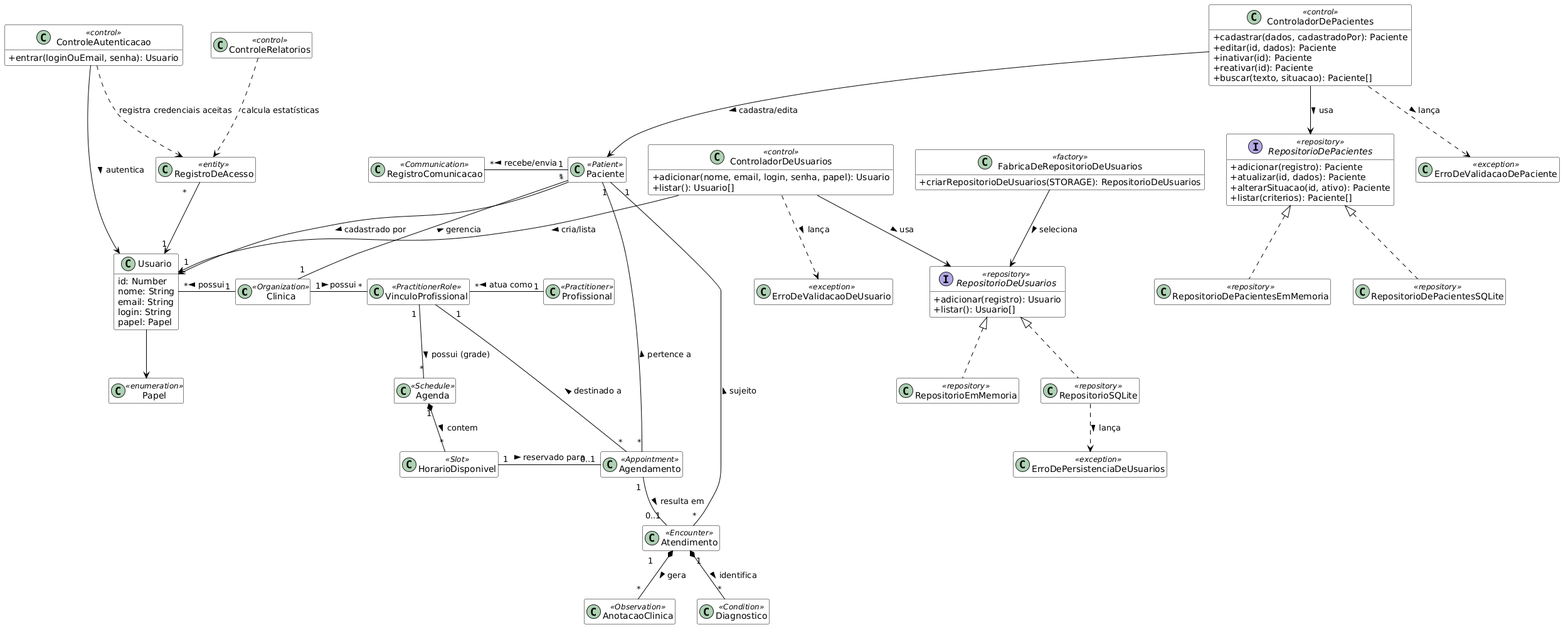
Earlier version of the PlantUML export docs/relatorio/images/classes-de-analise.png (beatrizmontenegro07/projeto-metodos).
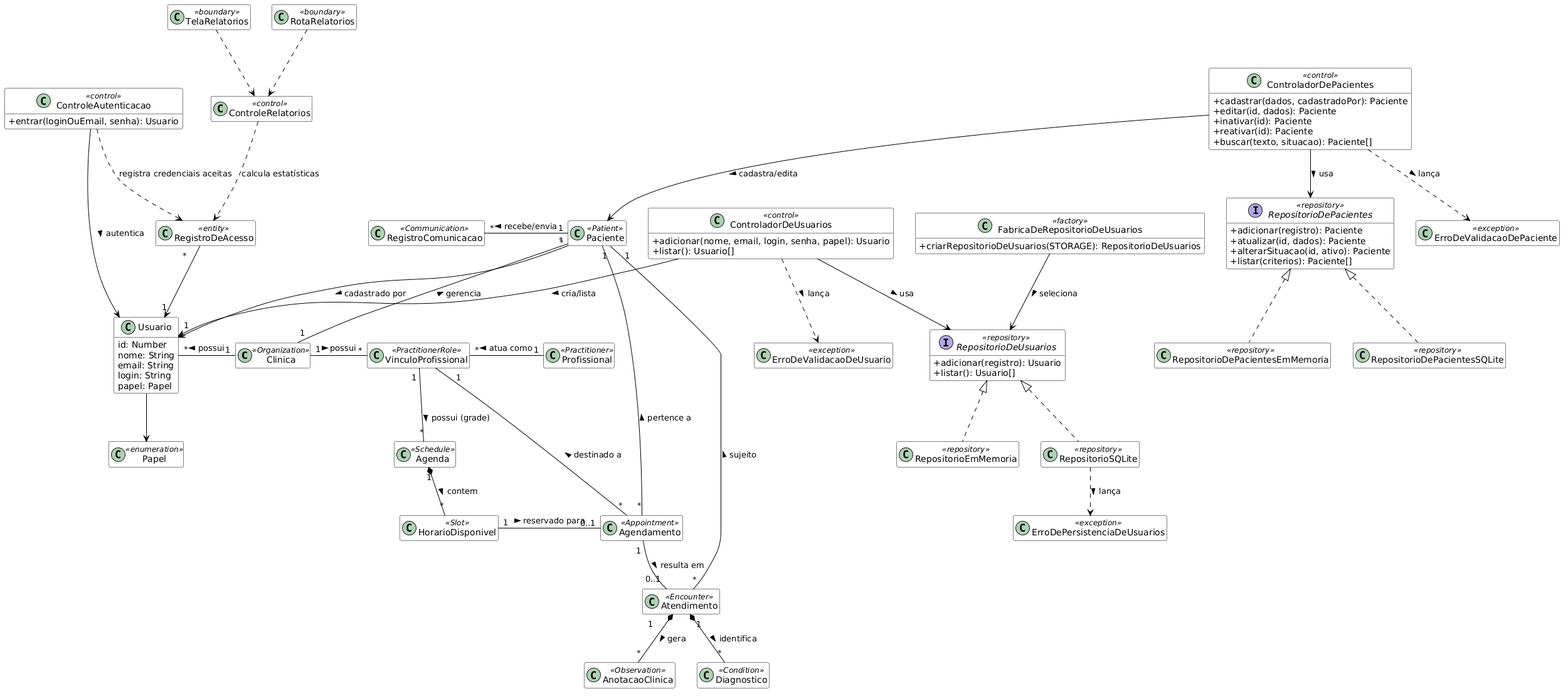
After the commit.

What changed in the source:
```diff
@@ -19,6 +19,10 @@
 class Papel <<enumeration>>
 class RegistroDeAcesso <<entity>>
 class ControleRelatorios <<control>>
+class TelaRelatorios <<boundary>>
+class RotaRelatorios <<boundary>>
+TelaRelatorios ..> ControleRelatorios
+RotaRelatorios ..> ControleRelatorios
 ControleRelatorios ..> RegistroDeAcesso : calcula estatísticas
 RegistroDeAcesso "*" --> "1" Usuario
 ControleAutenticacao ..> RegistroDeAcesso : registra credenciais aceitas
```
